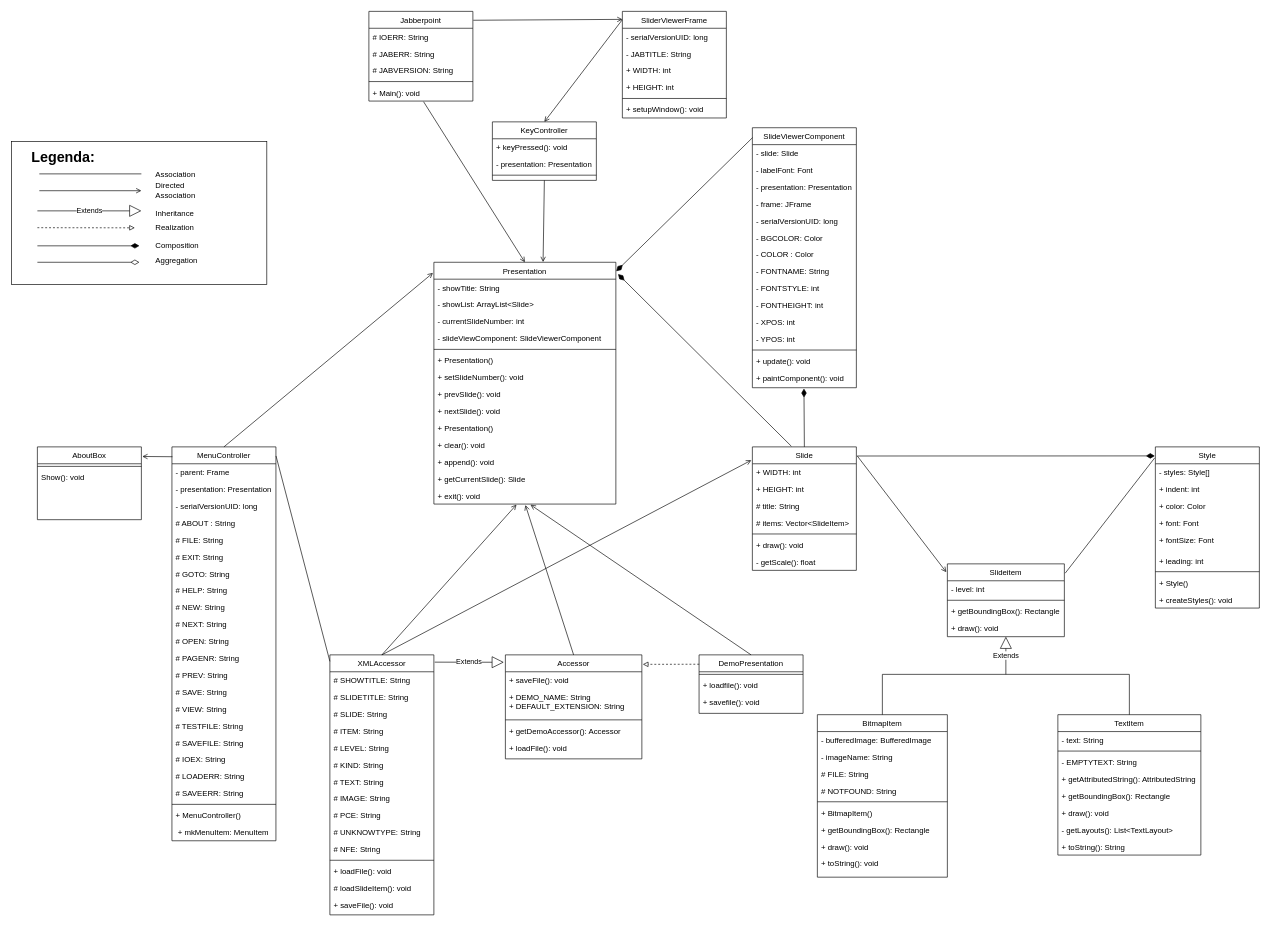
The draw.io diagram Herkansing/ClassDiagramHerkansing.drawio in ywielage/OGO2023, before the edit. Source tidied: cells renumbered, new cells numbered last; positions are measured from the earlier drawing's top-left corner, leaving out a move shared by most shapes. Both pictures are drawn from the tidied source at 65%, with x=0, y=0 at pixel (11, 11).
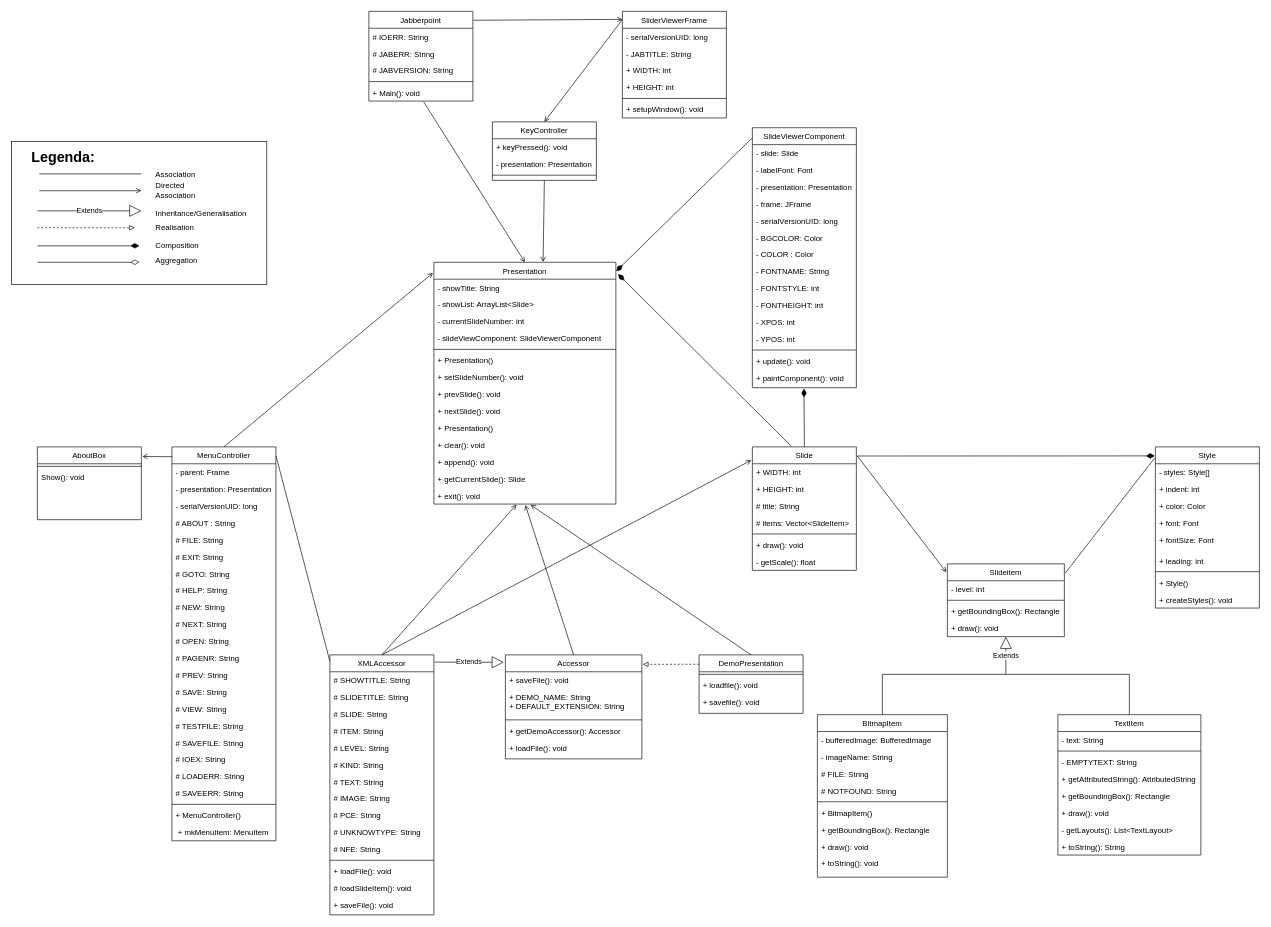
The same diagram, later.

What changed in the source:
```diff
@@
-    <mxCell id="174" value="Inheritance" style="text;html=1;strokeColor=none;fillColor=none;align=left;verticalAlign=middle;whiteSpace=wrap;rounded=0;" parent="1" vertex="1">
+    <mxCell id="174" value="Inheritance/Generalisation" style="text;html=1;strokeColor=none;fillColor=none;align=left;verticalAlign=middle;whiteSpace=wrap;rounded=0;" parent="1" vertex="1">
       <mxGeometry x="220" y="300" width="83" height="22" as="geometry" />
     </mxCell>
@@
-    <mxCell id="184" value="Realization" style="text;html=1;strokeColor=none;fillColor=none;align=left;verticalAlign=middle;whiteSpace=wrap;rounded=0;" parent="1" vertex="1">
+    <mxCell id="184" value="Realisation" style="text;html=1;strokeColor=none;fillColor=none;align=left;verticalAlign=middle;whiteSpace=wrap;rounded=0;" parent="1" vertex="1">
       <mxGeometry x="220" y="322" width="83" height="22" as="geometry" />
     </mxCell>
```
